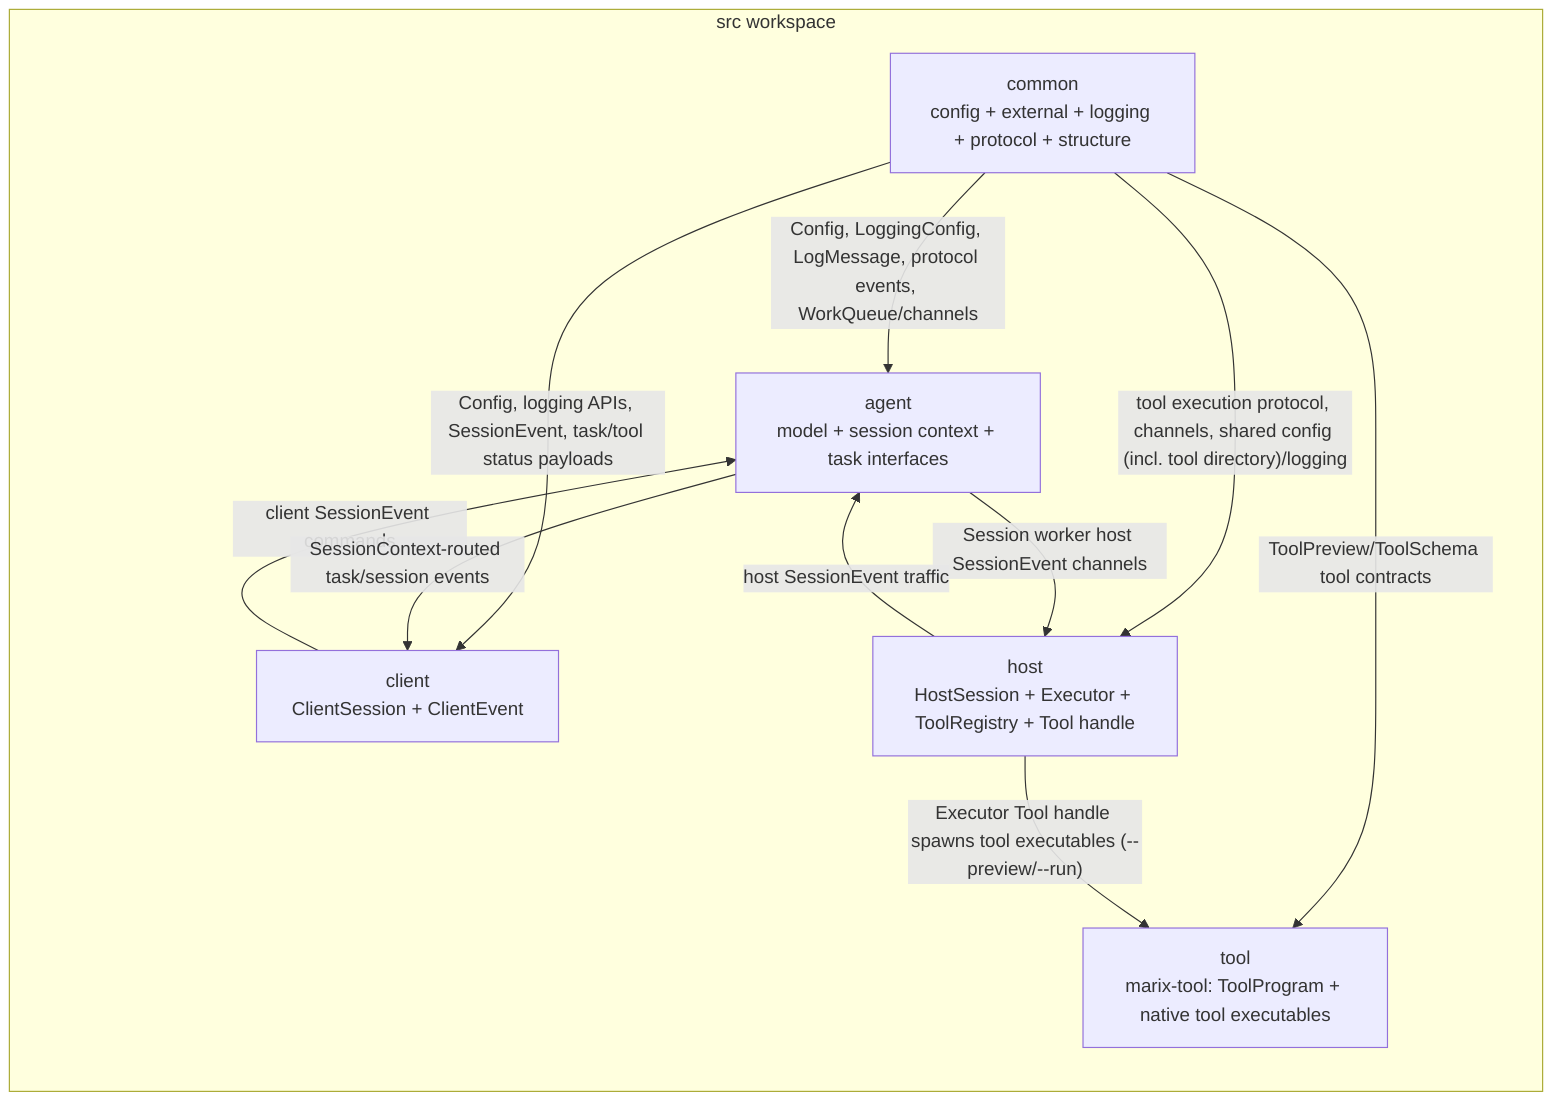
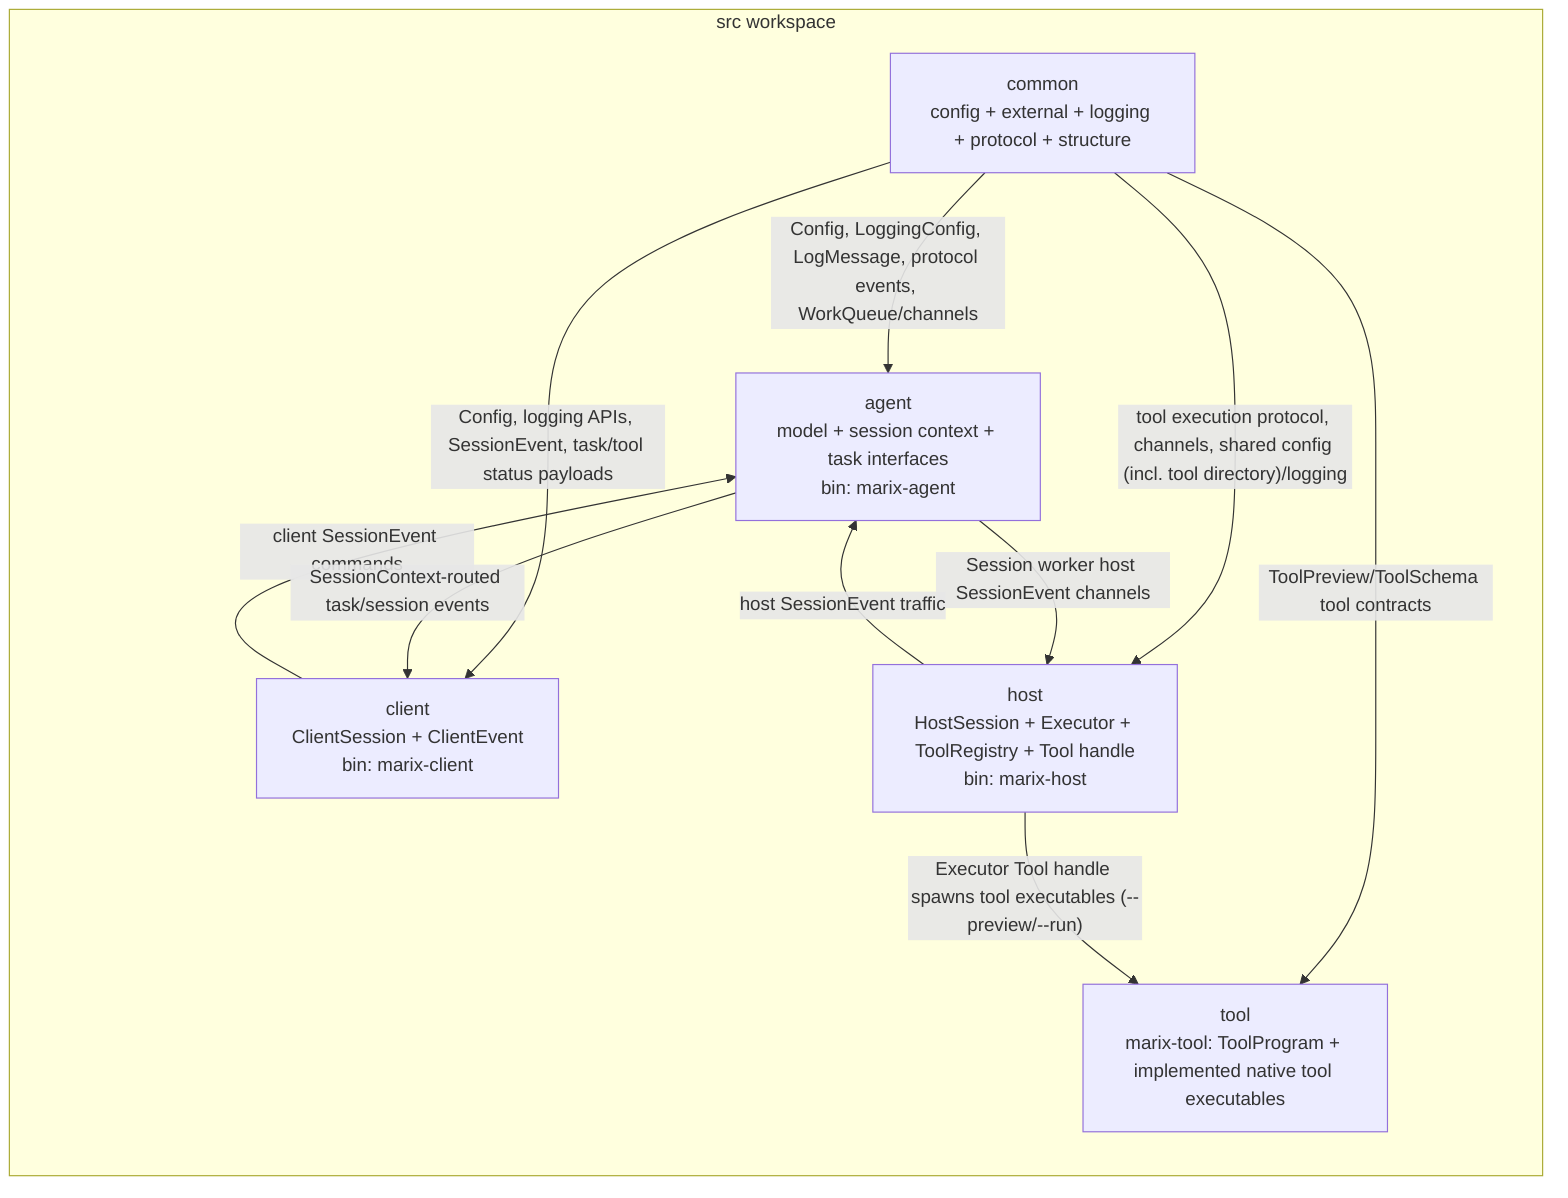
flowchart LR
-   %% Flat Cargo crate layout; crate roots wire child modules while concrete APIs live below them.
+   %% Flat Cargo crate layout; crate roots wire child modules while concrete APIs live below them. The agent, host, and client crates each ship a binary entry (marix-agent/marix-host/marix-client) alongside their [lib]; every native tool in marix-tool now has an implemented invoke().
  subgraph workspace[src workspace]
    Common["common\nconfig + external + logging + protocol + structure"]
-     Agent["agent\nmodel + session context + task interfaces"]
-     Client["client\nClientSession + ClientEvent"]
-     Host["host\nHostSession + Executor + ToolRegistry + Tool handle"]
-     ToolCrate["tool\nmarix-tool: ToolProgram + native tool executables"]
+     Agent["agent\nmodel + session context + task interfaces\nbin: marix-agent"]
+     Client["client\nClientSession + ClientEvent\nbin: marix-client"]
+     Host["host\nHostSession + Executor + ToolRegistry + Tool handle\nbin: marix-host"]
+     ToolCrate["tool\nmarix-tool: ToolProgram + implemented native tool executables"]
  end

  Common -->|"Config, LoggingConfig, LogMessage, protocol events, WorkQueue/channels"| Agent
  Common -->|"Config, logging APIs, SessionEvent, task/tool status payloads"| Client
  Common -->|"tool execution protocol, channels, shared config (incl. tool directory)/logging"| Host
  Client -->|"client SessionEvent commands"| Agent
  Agent -->|"SessionContext-routed task/session events"| Client
  Agent -->|"Session worker host SessionEvent channels"| Host
  Host -->|"host SessionEvent traffic"| Agent
  Common -->|"ToolPreview/ToolSchema tool contracts"| ToolCrate
  Host -->|"Executor Tool handle spawns tool executables (--preview/--run)"| ToolCrate
